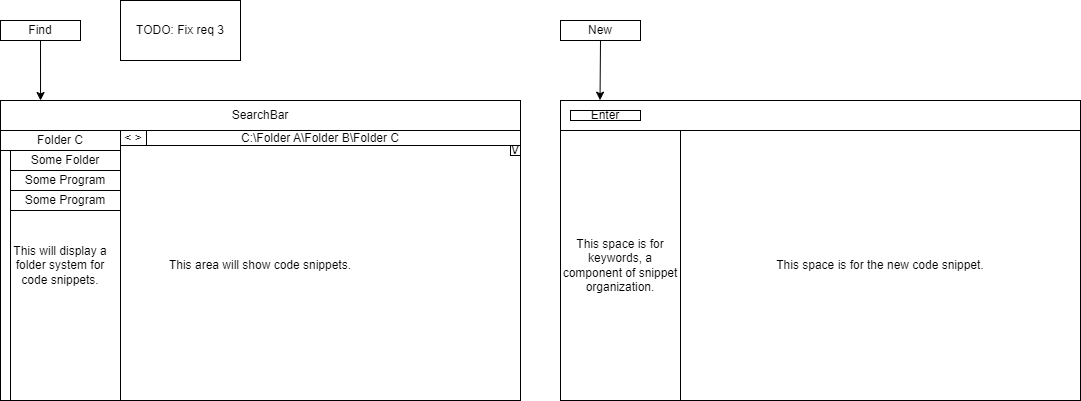
This is gui/gui_schema.dio.png from MegacWasTaken/MegacWasTaken-project3, a draw.io export, as it was before one commit. Source tidied: cells renumbered, new cells last; positions are measured from the earlier drawing's top-left corner, leaving out a move shared by most shapes. The source it was exported from:
```xml
<mxGraphModel>
  <root>
    <mxCell id="0" />
    <mxCell id="1" parent="0" />
    <mxCell id="2" style="rounded=0;whiteSpace=wrap;html=1;" parent="1" vertex="1">
      <mxGeometry y="100" width="520" height="300" as="geometry" />
    </mxCell>
    <mxCell id="3" value="SearchBar" style="rounded=0;whiteSpace=wrap;html=1;" parent="1" vertex="1">
      <mxGeometry y="100" width="520" height="30" as="geometry" />
    </mxCell>
    <mxCell id="4" value="This area will show code snippets." style="rounded=0;whiteSpace=wrap;html=1;" parent="1" vertex="1">
      <mxGeometry y="130" width="520" height="270" as="geometry" />
    </mxCell>
    <mxCell id="5" value="This will display a folder system for code snippets." style="rounded=0;whiteSpace=wrap;html=1;" parent="1" vertex="1">
      <mxGeometry y="130" width="120" height="270" as="geometry" />
    </mxCell>
    <mxCell id="6" style="edgeStyle=none;html=1;exitX=0.5;exitY=1;exitDx=0;exitDy=0;entryX=0.077;entryY=0;entryDx=0;entryDy=0;entryPerimeter=0;" parent="1" edge="1" source="7" target="2">
      <mxGeometry relative="1" as="geometry" />
    </mxCell>
    <mxCell id="7" value="Find" style="rounded=0;whiteSpace=wrap;html=1;" parent="1" vertex="1">
      <mxGeometry y="20" width="80" height="20" as="geometry" />
    </mxCell>
    <mxCell id="8" style="edgeStyle=none;html=1;exitX=0.5;exitY=1;exitDx=0;exitDy=0;entryX=0.076;entryY=-0.001;entryDx=0;entryDy=0;entryPerimeter=0;" parent="1" edge="1" source="9" target="10">
      <mxGeometry relative="1" as="geometry" />
    </mxCell>
    <mxCell id="9" value="New" style="rounded=0;whiteSpace=wrap;html=1;" parent="1" vertex="1">
      <mxGeometry x="560" y="20" width="80" height="20" as="geometry" />
    </mxCell>
    <mxCell id="10" style="rounded=0;whiteSpace=wrap;html=1;" parent="1" vertex="1">
      <mxGeometry x="560" y="100" width="520" height="300" as="geometry" />
    </mxCell>
    <mxCell id="11" value="This space is for keywords, a component of snippet organization." style="rounded=0;whiteSpace=wrap;html=1;" parent="1" vertex="1">
      <mxGeometry x="560" y="130" width="120" height="270" as="geometry" />
    </mxCell>
    <mxCell id="12" value="This space is for the new code snippet." style="rounded=0;whiteSpace=wrap;html=1;" parent="1" vertex="1">
      <mxGeometry x="680" y="130" width="400" height="270" as="geometry" />
    </mxCell>
    <mxCell id="13" value="Enter" style="rounded=0;whiteSpace=wrap;html=1;" parent="1" vertex="1">
      <mxGeometry x="570" y="110" width="70" height="10" as="geometry" />
    </mxCell>
    <mxCell id="14" value="C:\Folder A\Folder B\Folder C" style="rounded=0;whiteSpace=wrap;html=1;" parent="1" vertex="1">
      <mxGeometry x="120" y="130" width="400" height="15" as="geometry" />
    </mxCell>
    <mxCell id="15" value="Folder C" style="rounded=0;whiteSpace=wrap;html=1;" parent="1" vertex="1">
      <mxGeometry y="130" width="120" height="20" as="geometry" />
    </mxCell>
    <mxCell id="16" style="rounded=0;whiteSpace=wrap;html=1;" parent="1" vertex="1">
      <mxGeometry y="150" width="10" height="250" as="geometry" />
    </mxCell>
    <mxCell id="17" value="Some Folder" style="rounded=0;whiteSpace=wrap;html=1;" parent="1" vertex="1">
      <mxGeometry x="10" y="150" width="110" height="20" as="geometry" />
    </mxCell>
    <mxCell id="18" value="TODO: Fix req 3" style="rounded=0;whiteSpace=wrap;html=1;" parent="1" vertex="1">
      <mxGeometry x="120" width="120" height="60" as="geometry" />
    </mxCell>
    <mxCell id="19" value="Some Program" style="rounded=0;whiteSpace=wrap;html=1;" parent="1" vertex="1">
      <mxGeometry x="10" y="170" width="110" height="20" as="geometry" />
    </mxCell>
    <mxCell id="20" value="Some Program" style="rounded=0;whiteSpace=wrap;html=1;" parent="1" vertex="1">
      <mxGeometry x="10" y="190" width="110" height="20" as="geometry" />
    </mxCell>
    <mxCell id="21" value="&amp;lt; &amp;gt;" style="rounded=0;whiteSpace=wrap;html=1;" parent="1" vertex="1">
      <mxGeometry x="120" y="130" width="26" height="15" as="geometry" />
    </mxCell>
    <mxCell id="22" value="V" style="rounded=0;whiteSpace=wrap;html=1;" parent="1" vertex="1">
      <mxGeometry x="510" y="145" width="10" height="10" as="geometry" />
    </mxCell>
  </root>
</mxGraphModel>
```
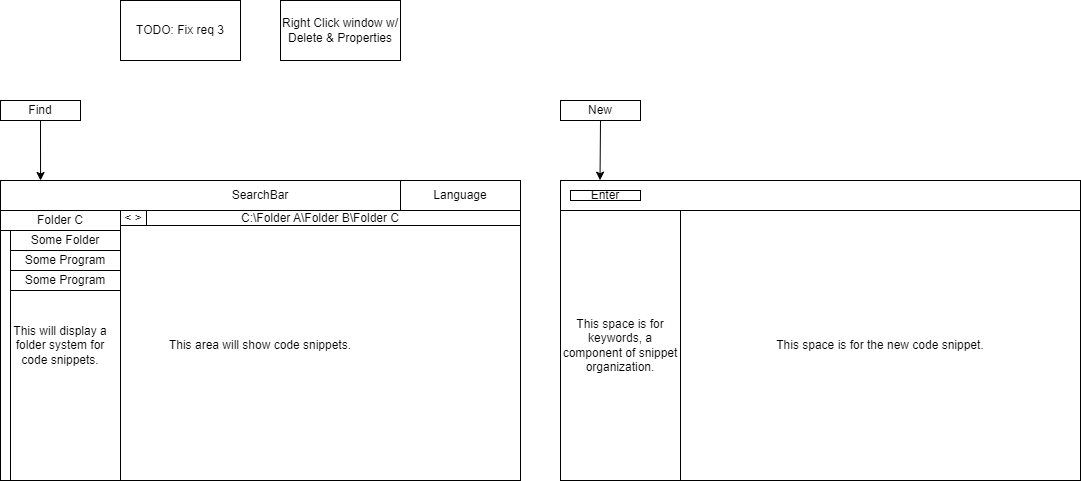
After the change.

The edit, as a diff of the source:
```diff
@@ -51,7 +51,7 @@
       <mxGeometry x="10" y="150" width="110" height="20" as="geometry" />
     </mxCell>
     <mxCell id="18" value="TODO: Fix req 3" style="rounded=0;whiteSpace=wrap;html=1;" parent="1" vertex="1">
-      <mxGeometry x="120" width="120" height="60" as="geometry" />
+      <mxGeometry x="120" y="-80" width="120" height="60" as="geometry" />
     </mxCell>
     <mxCell id="19" value="Some Program" style="rounded=0;whiteSpace=wrap;html=1;" parent="1" vertex="1">
       <mxGeometry x="10" y="170" width="110" height="20" as="geometry" />
@@ -62,8 +62,11 @@
     <mxCell id="21" value="&amp;lt; &amp;gt;" style="rounded=0;whiteSpace=wrap;html=1;" parent="1" vertex="1">
       <mxGeometry x="120" y="130" width="26" height="15" as="geometry" />
     </mxCell>
-    <mxCell id="22" value="V" style="rounded=0;whiteSpace=wrap;html=1;" parent="1" vertex="1">
-      <mxGeometry x="510" y="145" width="10" height="10" as="geometry" />
-    </mxCell>
+    <mxCell id="23" value="Language" style="rounded=0;whiteSpace=wrap;html=1;" parent="1" vertex="1">
+      <mxGeometry x="400" y="100" width="120" height="30" as="geometry" />
+    </mxCell>
+    <mxCell id="24" value="Right Click window w/ Delete &amp;amp; Properties" style="rounded=0;whiteSpace=wrap;html=1;" parent="1" vertex="1">
+      <mxGeometry x="280" y="-80" width="120" height="60" as="geometry" />
+    </mxCell>
   </root>
 </mxGraphModel>
```
